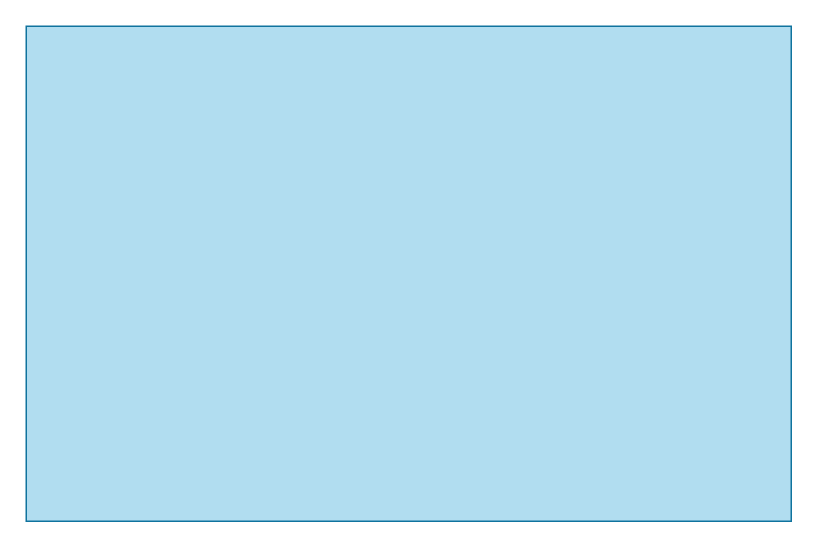
Simasco/diagram keeps this draw.io diagram as Sales Order System.drawio. Above is the earlier version. Source tidied: cells renumbered, new cells numbered last; positions are measured from the earlier drawing's top-left corner, leaving out a move shared by most shapes. Both pictures are drawn from the tidied source at 150%, with x=0, y=0 at pixel (26, 26).
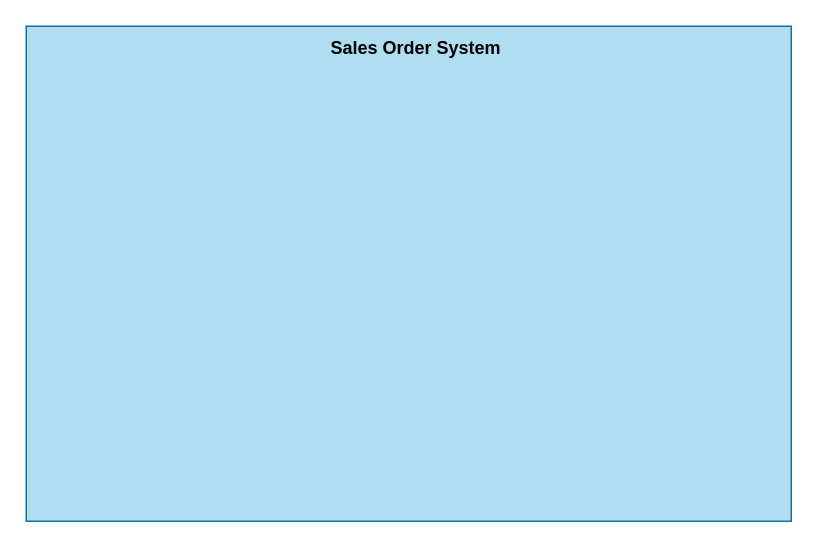
The same page after the edit.

What changed in the source:
```diff
@@
 <mxGraphModel>
   <root>
     <mxCell id="0" />
     <mxCell id="1" parent="0" />
     <mxCell id="2" style="rounded=0;whiteSpace=wrap;html=1;fillColor=#b1ddf0;strokeColor=#10739e;" parent="1" vertex="1">
       <mxGeometry width="510" height="330" as="geometry" />
     </mxCell>
+    <mxCell id="3" value="Sales Order System" style="text;html=1;align=center;verticalAlign=middle;whiteSpace=wrap;rounded=0;fontStyle=1;" parent="1" vertex="1">
+      <mxGeometry x="200" width="120" height="30" as="geometry" />
+    </mxCell>
   </root>
 </mxGraphModel>
```
